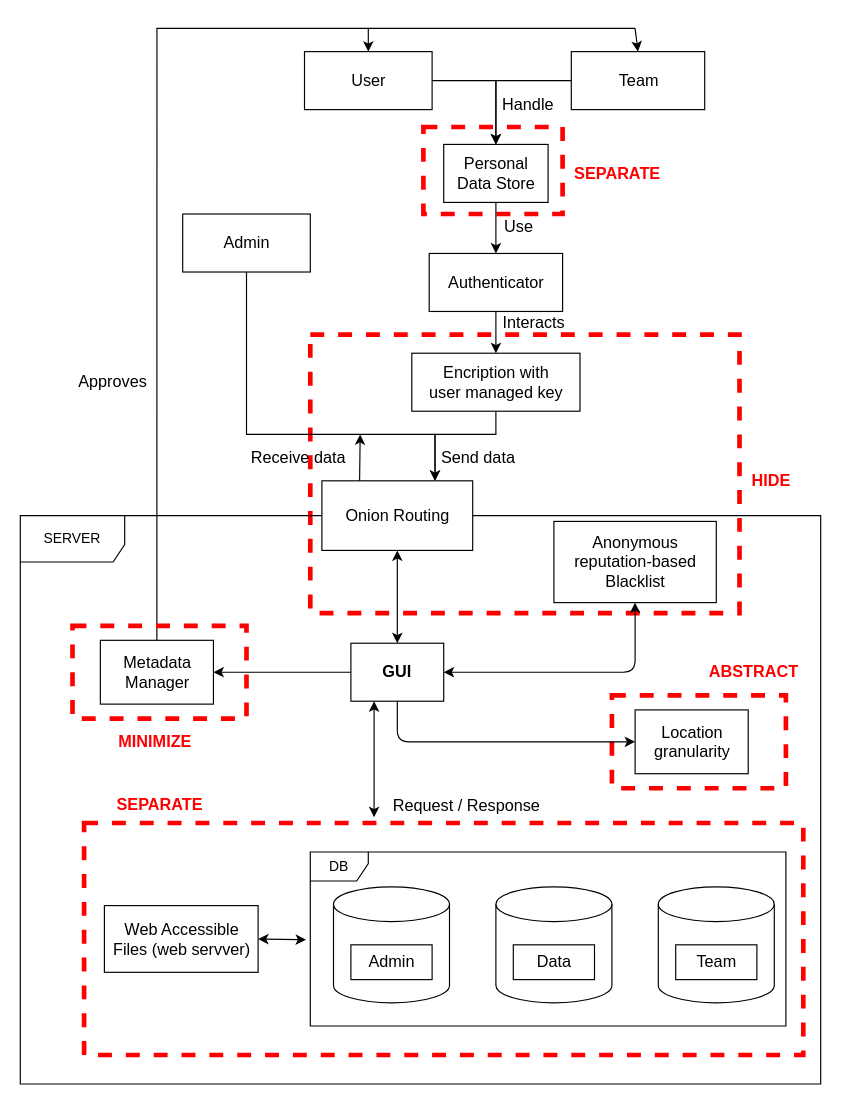
This is page "Page-1" (1 of 2) of Process Oriented Strategy design.drawio from pegasusgio/Civic-Sense, a draw.io file, before an edit. Source tidied: cells renumbered, new cells numbered last; positions are measured from the earlier drawing's top-left corner, leaving out a move shared by most shapes. Both pictures are drawn from the tidied source at 116%, with x=0, y=0 at pixel (20, 28).
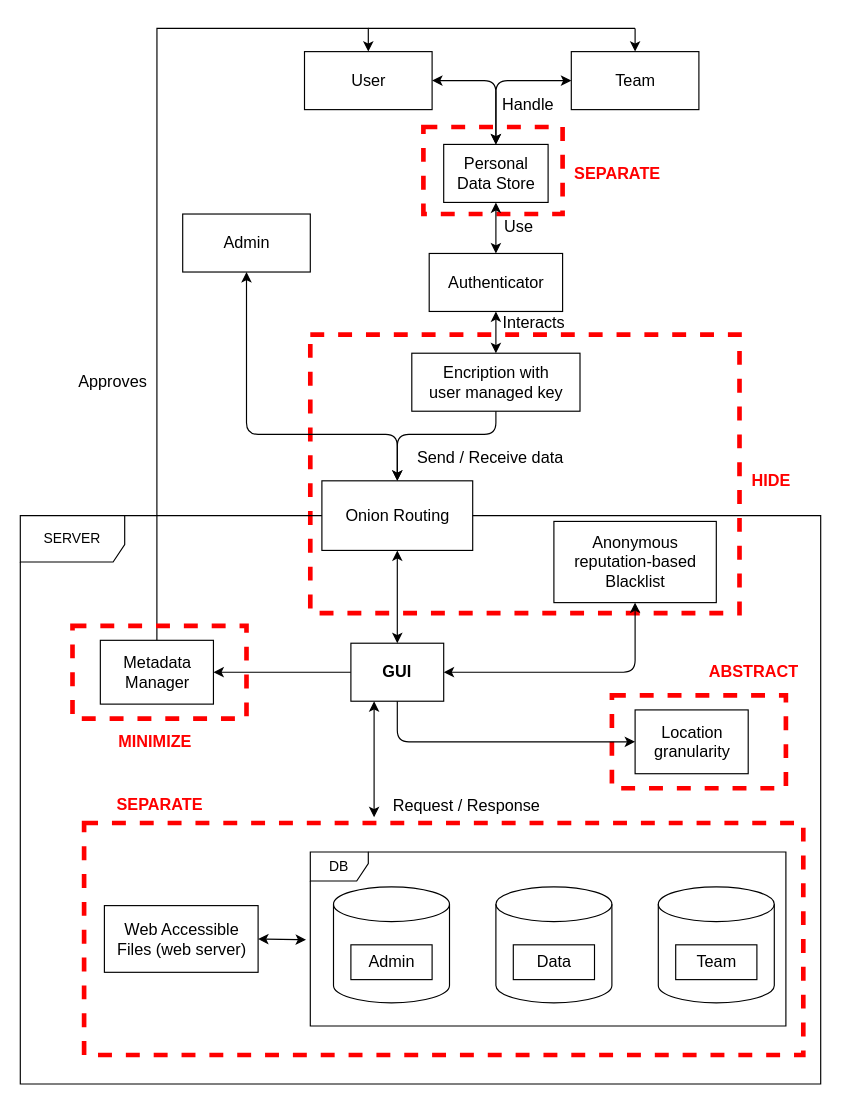
After the change.

Unchanged cells that the change refers to:
```xml
<mxCell id="10" value="&lt;font style=&quot;font-size: 14px&quot;&gt;Onion Routing&lt;/font&gt;" style="html=1;" parent="1" vertex="1">
  <mxGeometry x="260" y="390" width="130" height="60" as="geometry" />
</mxCell>
<mxCell id="17" value="&lt;font style=&quot;font-size: 14px&quot;&gt;Personal&lt;br&gt;Data Store&lt;/font&gt;" style="html=1;" parent="1" vertex="1">
  <mxGeometry x="365" y="100" width="90" height="50" as="geometry" />
</mxCell>
<mxCell id="22" value="&lt;font style=&quot;font-size: 14px&quot;&gt;User&lt;/font&gt;" style="html=1;" parent="1" vertex="1">
  <mxGeometry x="245" y="20" width="110" height="50" as="geometry" />
</mxCell>
<mxCell id="27" value="&lt;font style=&quot;font-size: 14px&quot;&gt;Admin&lt;/font&gt;" style="html=1;" parent="1" vertex="1">
  <mxGeometry x="140" y="160" width="110" height="50" as="geometry" />
</mxCell>
<mxCell id="31" value="&lt;span style=&quot;font-size: 14px&quot;&gt;Authenticator&lt;/span&gt;" style="html=1;" parent="1" vertex="1">
  <mxGeometry x="352.5" y="194" width="115" height="50" as="geometry" />
</mxCell>
<mxCell id="36" value="&lt;font style=&quot;font-size: 14px&quot;&gt;Encription with&lt;br&gt;user managed key&lt;/font&gt;" style="html=1;" parent="1" vertex="1">
  <mxGeometry x="337.5" y="280" width="145" height="50" as="geometry" />
</mxCell>
```

The edit, as a diff of the source:
```diff
@@
-    <mxCell id="7" style="edgeStyle=orthogonalEdgeStyle;rounded=0;jettySize=auto;html=1;exitX=0.5;exitY=1;exitDx=0;exitDy=0;entryX=0.75;entryY=0;entryDx=0;entryDy=0;startArrow=none;" parent="1" edge="1" source="36" target="10">
-      <mxGeometry relative="1" as="geometry">
-        <Array as="points">
-          <mxPoint x="357" y="350" />
-        </Array>
-      </mxGeometry>
-    </mxCell>
-    <mxCell id="8" style="edgeStyle=orthogonalEdgeStyle;rounded=0;jettySize=auto;html=1;exitX=0;exitY=0.5;exitDx=0;exitDy=0;entryX=0.5;entryY=0;entryDx=0;entryDy=0;" parent="1" edge="1" source="9" target="17">
-      <mxGeometry relative="1" as="geometry" />
-    </mxCell>
     <mxCell id="9" value="&lt;font style=&quot;font-size: 14px&quot;&gt;Team&lt;/font&gt;" style="html=1;" parent="1" vertex="1">
-      <mxGeometry x="475" y="20" width="115" height="50" as="geometry" />
+      <mxGeometry x="475" y="20" width="110" height="50" as="geometry" />
     </mxCell>
@@
-    <mxCell id="16" style="edgeStyle=orthogonalEdgeStyle;rounded=0;jettySize=auto;html=1;exitX=0.5;exitY=1;exitDx=0;exitDy=0;" parent="1" edge="1" source="17" target="31">
-      <mxGeometry relative="1" as="geometry" />
-    </mxCell>
@@
-    <mxCell id="19" value="&lt;font style=&quot;font-size: 14px&quot;&gt;Send data&lt;/font&gt;" style="text;html=1;strokeColor=none;fillColor=none;align=center;verticalAlign=middle;whiteSpace=wrap;rounded=0;" parent="1" vertex="1">
-      <mxGeometry x="355" y="360" width="80" height="20" as="geometry" />
-    </mxCell>
@@
-    <mxCell id="21" style="edgeStyle=orthogonalEdgeStyle;rounded=0;jettySize=auto;html=1;exitX=1;exitY=0.5;exitDx=0;exitDy=0;entryX=0.5;entryY=0;entryDx=0;entryDy=0;" parent="1" edge="1" source="22" target="17">
-      <mxGeometry relative="1" as="geometry" />
-    </mxCell>
@@
-    <mxCell id="26" style="edgeStyle=orthogonalEdgeStyle;rounded=0;jettySize=auto;html=1;exitX=0.5;exitY=1;exitDx=0;exitDy=0;entryX=0.75;entryY=0;entryDx=0;entryDy=0;" parent="1" edge="1" source="27" target="10">
-      <mxGeometry relative="1" as="geometry">
-        <Array as="points">
-          <mxPoint x="195" y="350" />
-          <mxPoint x="358" y="350" />
-        </Array>
-      </mxGeometry>
-    </mxCell>
@@
-    <mxCell id="28" style="endArrow=classic;html=1;exitX=0.25;exitY=0;exitDx=0;exitDy=0;" parent="1" edge="1" source="10">
-      <mxGeometry relative="1" as="geometry">
-        <mxPoint x="293" y="350" as="targetPoint" />
-      </mxGeometry>
-    </mxCell>
-    <mxCell id="29" value="&lt;font style=&quot;font-size: 14px&quot;&gt;Receive data&lt;/font&gt;" style="text;html=1;strokeColor=none;fillColor=none;align=center;verticalAlign=middle;whiteSpace=wrap;rounded=0;" parent="1" vertex="1">
-      <mxGeometry x="195" y="360" width="90" height="20" as="geometry" />
-    </mxCell>
-    <mxCell id="30" style="edgeStyle=orthogonalEdgeStyle;rounded=0;jettySize=auto;html=1;exitX=0.5;exitY=1;exitDx=0;exitDy=0;" parent="1" edge="1" source="31" target="36">
-      <mxGeometry relative="1" as="geometry" />
-    </mxCell>
@@
-    <mxCell id="47" value="&lt;span style=&quot;font-size: 14px&quot;&gt;Web Accessible&lt;br&gt;Files (web servver)&lt;br&gt;&lt;/span&gt;" style="html=1;" parent="1" vertex="1">
+    <mxCell id="47" value="&lt;span style=&quot;font-size: 14px&quot;&gt;Web Accessible&lt;br&gt;Files (web server)&lt;br&gt;&lt;/span&gt;" style="html=1;" parent="1" vertex="1">
       <mxGeometry x="72.5" y="756.2" width="132.5" height="57.5" as="geometry" />
     </mxCell>
@@
+    <mxCell id="56" style="endArrow=classic;startArrow=classic;html=1;entryX=0.5;entryY=1;entryDx=0;entryDy=0;exitX=0.5;exitY=0;exitDx=0;exitDy=0;" parent="1" edge="1" source="10" target="27">
+      <mxGeometry relative="1" as="geometry">
+        <Array as="points">
+          <mxPoint x="325" y="350" />
+          <mxPoint x="195" y="350" />
+        </Array>
+      </mxGeometry>
+    </mxCell>
+    <mxCell id="57" value="&lt;font style=&quot;font-size: 14px&quot;&gt;Send / Receive data&lt;/font&gt;" style="text;html=1;strokeColor=none;fillColor=none;align=center;verticalAlign=middle;whiteSpace=wrap;rounded=0;" parent="1" vertex="1">
+      <mxGeometry x="327.5" y="360" width="155" height="20" as="geometry" />
+    </mxCell>
+    <mxCell id="58" style="endArrow=classic;html=1;exitX=0.5;exitY=1;exitDx=0;exitDy=0;" parent="1" edge="1" source="36">
+      <mxGeometry relative="1" as="geometry">
+        <mxPoint x="325" y="390" as="targetPoint" />
+        <Array as="points">
+          <mxPoint x="410" y="350" />
+          <mxPoint x="325" y="350" />
+        </Array>
+      </mxGeometry>
+    </mxCell>
+    <mxCell id="59" style="endArrow=classic;startArrow=classic;html=1;entryX=1;entryY=0.5;entryDx=0;entryDy=0;exitX=0.5;exitY=0;exitDx=0;exitDy=0;" parent="1" edge="1" source="17" target="22">
+      <mxGeometry relative="1" as="geometry">
+        <Array as="points">
+          <mxPoint x="410" y="45" />
+        </Array>
+      </mxGeometry>
+    </mxCell>
+    <mxCell id="60" style="endArrow=classic;startArrow=classic;html=1;exitX=0;exitY=0.5;exitDx=0;exitDy=0;" parent="1" edge="1" source="9">
+      <mxGeometry relative="1" as="geometry">
+        <mxPoint x="410" y="100" as="targetPoint" />
+        <Array as="points">
+          <mxPoint x="410" y="45" />
+        </Array>
+      </mxGeometry>
+    </mxCell>
+    <mxCell id="61" style="endArrow=classic;startArrow=classic;html=1;entryX=0.5;entryY=1;entryDx=0;entryDy=0;exitX=0.5;exitY=0;exitDx=0;exitDy=0;" parent="1" edge="1" source="31" target="17">
+      <mxGeometry relative="1" as="geometry" />
+    </mxCell>
+    <mxCell id="62" style="endArrow=classic;startArrow=classic;html=1;entryX=0.5;entryY=1;entryDx=0;entryDy=0;exitX=0.5;exitY=0;exitDx=0;exitDy=0;" parent="1" edge="1" source="36" target="31">
+      <mxGeometry relative="1" as="geometry" />
+    </mxCell>
```
